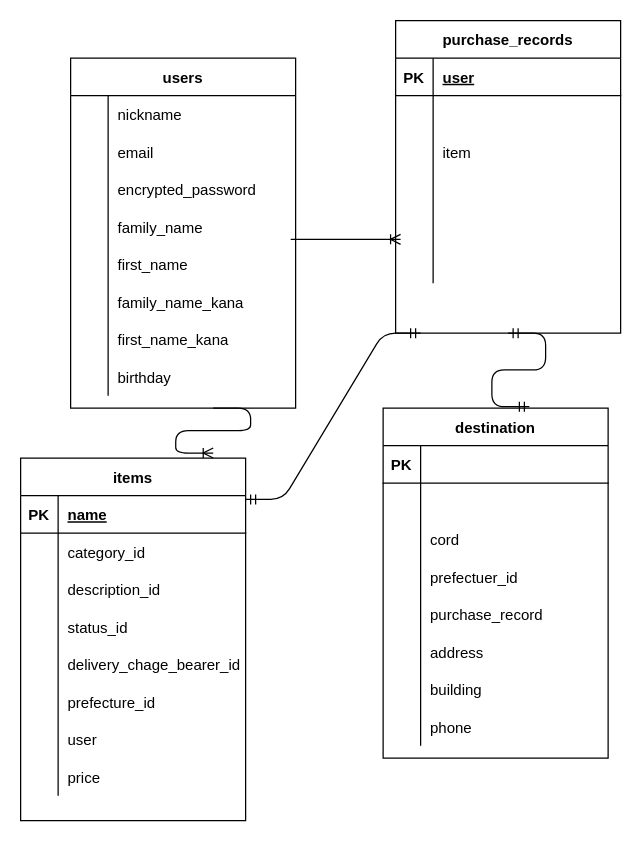
Before: README.dio in akifumiyamane/furima-38392, a draw.io diagram. Source tidied: cells renumbered, new cells numbered last; positions are measured from the earlier drawing's top-left corner, leaving out a move shared by most shapes. Both pictures are drawn from the tidied source at 125%, with x=0, y=0 at pixel (20, 20).
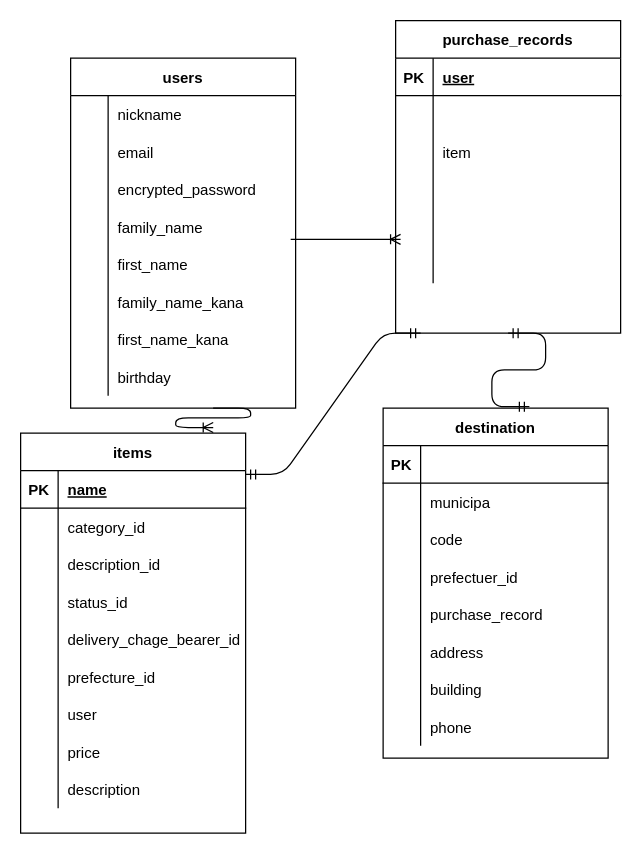
Above is the later version.

Commit message (it also covers changes not shown here):
データベース設計

The change refers to these unchanged cells:
```xml
<mxCell id="50" style="shape=partialRectangle;fillColor=none;top=0;left=0;bottom=0;right=0;" parent="46" vertex="1">
  <mxGeometry y="60" width="180" height="30" as="geometry" />
</mxCell>
<mxCell id="53" style="shape=partialRectangle;fillColor=none;top=0;left=0;bottom=0;right=0;" parent="46" vertex="1">
  <mxGeometry y="90" width="180" height="30" as="geometry" />
</mxCell>
```

What changed in the source:
```diff
@@
     <mxCell id="2" value="items" style="shape=table;startSize=30;childLayout=tableLayout;rowLines=0;fontStyle=1;align=center;" parent="1" vertex="1">
-      <mxGeometry y="350" width="180" height="290" as="geometry" />
+      <mxGeometry y="330" width="180" height="320" as="geometry" />
     </mxCell>
@@
+    <mxCell id="100" style="shape=partialRectangle;fillColor=none;top=0;left=0;bottom=0;right=0;" parent="2" vertex="1">
+      <mxGeometry y="270" width="180" height="30" as="geometry" />
+    </mxCell>
+    <mxCell id="101" style="shape=partialRectangle;fillColor=none;top=0;left=0;bottom=0;right=0;overflow=hidden;" parent="100" vertex="1">
+      <mxGeometry width="30" height="30" as="geometry" />
+    </mxCell>
+    <mxCell id="102" value="description" style="shape=partialRectangle;fillColor=none;top=0;left=0;bottom=0;right=0;align=left;spacingLeft=6;overflow=hidden;" parent="100" vertex="1">
+      <mxGeometry x="30" width="150" height="30" as="geometry" />
+    </mxCell>
@@
-    <mxCell id="52" style="shape=partialRectangle;fillColor=none;top=0;left=0;bottom=0;right=0;align=left;spacingLeft=6;overflow=hidden;" parent="50" vertex="1">
+    <mxCell id="52" value="municipa" style="shape=partialRectangle;fillColor=none;top=0;left=0;bottom=0;right=0;align=left;spacingLeft=6;overflow=hidden;" parent="50" vertex="1">
       <mxGeometry x="30" width="150" height="30" as="geometry" />
     </mxCell>
@@
-    <mxCell id="55" value="cord" style="shape=partialRectangle;fillColor=none;top=0;left=0;bottom=0;right=0;align=left;spacingLeft=6;overflow=hidden;" parent="53" vertex="1">
+    <mxCell id="55" value="code" style="shape=partialRectangle;fillColor=none;top=0;left=0;bottom=0;right=0;align=left;spacingLeft=6;overflow=hidden;" parent="53" vertex="1">
       <mxGeometry x="30" width="150" height="30" as="geometry" />
     </mxCell>
```
